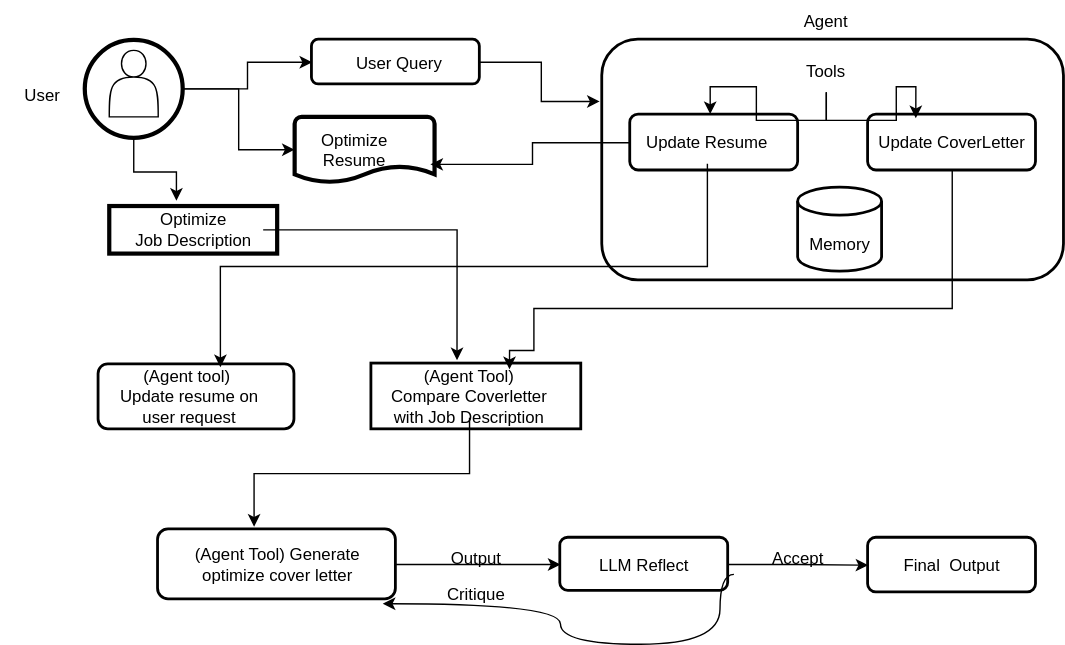
This is backend/resume-optimizer/flowChart/FlowChartPhase2.drawio.svg from owolabi-develop/Resume-optimizer, a draw.io export, as it was before one commit. Source tidied: cells renumbered, new cells last; positions are measured from the earlier drawing's top-left corner, leaving out a move shared by most shapes. Source of this version:
```xml
<mxGraphModel background="light-dark(#FFFFFF,#999999)">
  <root>
    <mxCell id="0" />
    <mxCell id="1" parent="0" />
    <mxCell id="2" style="edgeStyle=orthogonalEdgeStyle;rounded=0;jettySize=auto;html=1;" parent="1" edge="1" source="5" target="8">
      <mxGeometry relative="1" as="geometry" />
    </mxCell>
    <mxCell id="3" style="edgeStyle=orthogonalEdgeStyle;rounded=0;jettySize=auto;html=1;entryX=0.4;entryY=-0.11;entryDx=0;entryDy=0;entryPerimeter=0;" parent="1" edge="1" source="5" target="9">
      <mxGeometry relative="1" as="geometry" />
    </mxCell>
    <mxCell id="4" style="edgeStyle=orthogonalEdgeStyle;rounded=0;jettySize=auto;html=1;" parent="1" edge="1" source="5" target="24">
      <mxGeometry relative="1" as="geometry" />
    </mxCell>
    <mxCell id="5" style="ellipse;whiteSpace=wrap;html=1;fillColor=none;strokeWidth=3;" parent="1" vertex="1">
      <mxGeometry x="60" y="28" width="70" height="70" as="geometry" />
    </mxCell>
    <mxCell id="6" style="shape=actor;whiteSpace=wrap;html=1;fillColor=light-dark(#FFFFFF,#CCCCCC);" parent="1" vertex="1">
      <mxGeometry x="77.5" y="35.5" width="35" height="47.5" as="geometry" />
    </mxCell>
    <mxCell id="7" value="User" style="text;html=1;whiteSpace=wrap;strokeColor=none;fillColor=none;align=center;verticalAlign=middle;rounded=0;" parent="1" vertex="1">
      <mxGeometry y="53" width="60" height="30" as="geometry" />
    </mxCell>
    <mxCell id="8" style="strokeWidth=3;html=1;shape=mxgraph.flowchart.document2;whiteSpace=wrap;size=0.25;fillColor=none;" parent="1" vertex="1">
      <mxGeometry x="210" y="83" width="100" height="47" as="geometry" />
    </mxCell>
    <mxCell id="9" style="rounded=0;whiteSpace=wrap;html=1;fillColor=none;strokeWidth=3;" parent="1" vertex="1">
      <mxGeometry x="77.5" y="146.8" width="120" height="34" as="geometry" />
    </mxCell>
    <mxCell id="10" style="edgeStyle=orthogonalEdgeStyle;rounded=0;jettySize=auto;html=1;" parent="1" edge="1" source="11" target="15">
      <mxGeometry relative="1" as="geometry" />
    </mxCell>
    <mxCell id="11" style="rounded=1;whiteSpace=wrap;html=1;fillColor=none;strokeWidth=2;" parent="1" vertex="1">
      <mxGeometry x="112.5" y="378" width="170" height="50" as="geometry" />
    </mxCell>
    <mxCell id="12" value="(Agent Tool) Generate optimize cover letter" style="text;html=1;whiteSpace=wrap;strokeColor=none;fillColor=none;align=center;verticalAlign=middle;rounded=0;" parent="1" vertex="1">
      <mxGeometry x="122.5" y="388" width="150" height="30" as="geometry" />
    </mxCell>
    <mxCell id="13" style="edgeStyle=orthogonalEdgeStyle;rounded=0;jettySize=auto;html=1;" parent="1" edge="1" source="15" target="16">
      <mxGeometry relative="1" as="geometry" />
    </mxCell>
    <mxCell id="14" style="rounded=0;jettySize=auto;html=1;edgeStyle=orthogonalEdgeStyle;curved=1;exitX=1.033;exitY=0.684;exitDx=0;exitDy=0;exitPerimeter=0;entryX=0.944;entryY=1.06;entryDx=0;entryDy=0;entryPerimeter=0;" parent="1" edge="1" source="15" target="11">
      <mxGeometry relative="1" as="geometry">
        <Array as="points">
          <mxPoint x="514" y="410" />
          <mxPoint x="514" y="460" />
          <mxPoint x="400" y="460" />
          <mxPoint x="400" y="431" />
        </Array>
      </mxGeometry>
    </mxCell>
    <mxCell id="15" style="whiteSpace=wrap;html=1;fillColor=none;rounded=1;strokeWidth=2;" parent="1" vertex="1">
      <mxGeometry x="400" y="384" width="120" height="38" as="geometry" />
    </mxCell>
    <mxCell id="16" style="whiteSpace=wrap;html=1;fillColor=none;rounded=1;strokeWidth=2;" parent="1" vertex="1">
      <mxGeometry x="620" y="384" width="120" height="39" as="geometry" />
    </mxCell>
    <mxCell id="17" value="Final&amp;nbsp; Output" style="text;html=1;whiteSpace=wrap;strokeColor=none;fillColor=none;align=center;verticalAlign=middle;rounded=0;" parent="1" vertex="1">
      <mxGeometry x="635" y="388.5" width="90" height="30" as="geometry" />
    </mxCell>
    <mxCell id="18" value="Accept" style="text;html=1;whiteSpace=wrap;strokeColor=none;fillColor=none;align=center;verticalAlign=middle;rounded=0;" parent="1" vertex="1">
      <mxGeometry x="540" y="384" width="60" height="30" as="geometry" />
    </mxCell>
    <mxCell id="19" value="Output" style="text;html=1;whiteSpace=wrap;strokeColor=none;fillColor=none;align=center;verticalAlign=middle;rounded=0;" parent="1" vertex="1">
      <mxGeometry x="310" y="384" width="60" height="30" as="geometry" />
    </mxCell>
    <mxCell id="20" value="LLM Reflect" style="text;html=1;whiteSpace=wrap;strokeColor=none;fillColor=none;align=center;verticalAlign=middle;rounded=0;" parent="1" vertex="1">
      <mxGeometry x="410" y="388.5" width="100" height="30" as="geometry" />
    </mxCell>
    <mxCell id="21" value="Critique" style="text;html=1;whiteSpace=wrap;strokeColor=none;fillColor=none;align=center;verticalAlign=middle;rounded=0;" parent="1" vertex="1">
      <mxGeometry x="310" y="410" width="60" height="30" as="geometry" />
    </mxCell>
    <mxCell id="22" value="Optimize&lt;br&gt;Resume" style="text;html=1;whiteSpace=wrap;strokeColor=none;fillColor=none;align=center;verticalAlign=middle;rounded=0;" parent="1" vertex="1">
      <mxGeometry x="222.5" y="91.5" width="60" height="30" as="geometry" />
    </mxCell>
    <mxCell id="23" value="Optimize&lt;br&gt;Job Description" style="text;html=1;whiteSpace=wrap;strokeColor=none;fillColor=none;align=center;verticalAlign=middle;rounded=0;" parent="1" vertex="1">
      <mxGeometry x="87.5" y="148.8" width="100" height="30" as="geometry" />
    </mxCell>
    <mxCell id="24" style="rounded=1;whiteSpace=wrap;html=1;fillColor=none;strokeWidth=2;" parent="1" vertex="1">
      <mxGeometry x="222.5" y="28" width="120" height="32" as="geometry" />
    </mxCell>
    <mxCell id="25" value="User Query" style="text;html=1;whiteSpace=wrap;strokeColor=none;fillColor=none;align=center;verticalAlign=middle;rounded=0;" parent="1" vertex="1">
      <mxGeometry x="240" y="30" width="90" height="30" as="geometry" />
    </mxCell>
    <mxCell id="26" style="rounded=1;whiteSpace=wrap;html=1;fillColor=none;strokeWidth=2;" parent="1" vertex="1">
      <mxGeometry x="430" y="28" width="330" height="172" as="geometry" />
    </mxCell>
    <mxCell id="27" style="edgeStyle=orthogonalEdgeStyle;rounded=0;jettySize=auto;html=1;entryX=-0.006;entryY=0.256;entryDx=0;entryDy=0;entryPerimeter=0;" parent="1" edge="1" source="24" target="26">
      <mxGeometry relative="1" as="geometry" />
    </mxCell>
    <mxCell id="28" value="Agent" style="text;html=1;whiteSpace=wrap;strokeColor=none;fillColor=none;align=center;verticalAlign=middle;rounded=0;" parent="1" vertex="1">
      <mxGeometry x="560" width="60" height="30" as="geometry" />
    </mxCell>
    <mxCell id="29" style="rounded=1;whiteSpace=wrap;html=1;fillColor=none;strokeWidth=2;" parent="1" vertex="1">
      <mxGeometry x="450" y="81.5" width="120" height="40" as="geometry" />
    </mxCell>
    <mxCell id="30" style="rounded=1;whiteSpace=wrap;html=1;fillColor=none;strokeWidth=2;" parent="1" vertex="1">
      <mxGeometry x="620" y="81.5" width="120" height="40" as="geometry" />
    </mxCell>
    <mxCell id="31" value="Update Resume" style="text;html=1;whiteSpace=wrap;strokeColor=none;fillColor=none;align=center;verticalAlign=middle;rounded=0;" parent="1" vertex="1">
      <mxGeometry x="460" y="86.5" width="90" height="30" as="geometry" />
    </mxCell>
    <mxCell id="32" value="Update CoverLetter" style="text;html=1;whiteSpace=wrap;strokeColor=none;fillColor=none;align=center;verticalAlign=middle;rounded=0;" parent="1" vertex="1">
      <mxGeometry x="625" y="86.5" width="110" height="30" as="geometry" />
    </mxCell>
    <mxCell id="33" value="Tools" style="text;html=1;whiteSpace=wrap;strokeColor=none;fillColor=none;align=center;verticalAlign=middle;rounded=0;" parent="1" vertex="1">
      <mxGeometry x="560" y="35.5" width="60" height="30" as="geometry" />
    </mxCell>
    <mxCell id="34" style="edgeStyle=orthogonalEdgeStyle;rounded=0;jettySize=auto;html=1;entryX=0.283;entryY=0.063;entryDx=0;entryDy=0;entryPerimeter=0;" parent="1" edge="1" source="33" target="30">
      <mxGeometry relative="1" as="geometry" />
    </mxCell>
    <mxCell id="35" style="edgeStyle=orthogonalEdgeStyle;rounded=0;jettySize=auto;html=1;entryX=0.475;entryY=-0.012;entryDx=0;entryDy=0;entryPerimeter=0;" parent="1" edge="1" source="33" target="29">
      <mxGeometry relative="1" as="geometry" />
    </mxCell>
    <mxCell id="36" style="edgeStyle=orthogonalEdgeStyle;rounded=0;jettySize=auto;html=1;entryX=0.97;entryY=0.723;entryDx=0;entryDy=0;entryPerimeter=0;" parent="1" edge="1" source="29" target="8">
      <mxGeometry relative="1" as="geometry" />
    </mxCell>
    <mxCell id="37" style="strokeWidth=2;html=1;shape=mxgraph.flowchart.database;whiteSpace=wrap;fillColor=none;" parent="1" vertex="1">
      <mxGeometry x="570" y="133.8" width="60" height="60" as="geometry" />
    </mxCell>
    <mxCell id="38" value="Memory" style="text;html=1;whiteSpace=wrap;strokeColor=none;fillColor=none;align=center;verticalAlign=middle;rounded=0;" parent="1" vertex="1">
      <mxGeometry x="570" y="160" width="60" height="30" as="geometry" />
    </mxCell>
    <mxCell id="39" style="rounded=0;whiteSpace=wrap;html=1;fillColor=none;strokeWidth=2;" parent="1" vertex="1">
      <mxGeometry x="265" y="259.5" width="150" height="47" as="geometry" />
    </mxCell>
    <mxCell id="40" style="edgeStyle=orthogonalEdgeStyle;rounded=0;jettySize=auto;html=1;entryX=0.657;entryY=0.083;entryDx=0;entryDy=0;entryPerimeter=0;" parent="1" edge="1" source="30" target="39">
      <mxGeometry relative="1" as="geometry">
        <Array as="points">
          <mxPoint x="680" y="220" />
          <mxPoint x="381" y="220" />
          <mxPoint x="381" y="250" />
          <mxPoint x="364" y="250" />
        </Array>
      </mxGeometry>
    </mxCell>
    <mxCell id="41" value="(Agent Tool)&lt;div&gt;Compare Coverletter with Job Description&lt;/div&gt;" style="text;html=1;whiteSpace=wrap;strokeColor=none;fillColor=none;align=center;verticalAlign=middle;rounded=0;" parent="1" vertex="1">
      <mxGeometry x="270" y="268" width="130" height="30" as="geometry" />
    </mxCell>
    <mxCell id="42" style="edgeStyle=orthogonalEdgeStyle;rounded=0;jettySize=auto;html=1;entryX=0.407;entryY=-0.053;entryDx=0;entryDy=0;entryPerimeter=0;" parent="1" edge="1" source="23" target="39">
      <mxGeometry relative="1" as="geometry" />
    </mxCell>
    <mxCell id="43" style="edgeStyle=orthogonalEdgeStyle;rounded=0;jettySize=auto;html=1;entryX=0.403;entryY=-0.04;entryDx=0;entryDy=0;entryPerimeter=0;" parent="1" edge="1" source="41" target="11">
      <mxGeometry relative="1" as="geometry" />
    </mxCell>
    <mxCell id="44" style="rounded=1;whiteSpace=wrap;html=1;fillColor=none;strokeColor=default;strokeWidth=2;" parent="1" vertex="1">
      <mxGeometry x="70" y="260" width="140" height="46.5" as="geometry" />
    </mxCell>
    <mxCell id="45" value="&lt;div&gt;(Agent tool)&amp;nbsp;&lt;/div&gt;Update resume on user request" style="text;html=1;whiteSpace=wrap;strokeColor=none;fillColor=none;align=center;verticalAlign=middle;rounded=0;" parent="1" vertex="1">
      <mxGeometry x="75" y="268" width="120" height="30" as="geometry" />
    </mxCell>
    <mxCell id="46" style="edgeStyle=orthogonalEdgeStyle;rounded=0;jettySize=auto;html=1;entryX=0.621;entryY=0.043;entryDx=0;entryDy=0;entryPerimeter=0;" parent="1" edge="1" source="31" target="44">
      <mxGeometry relative="1" as="geometry">
        <Array as="points">
          <mxPoint x="505" y="190" />
          <mxPoint x="157" y="190" />
        </Array>
      </mxGeometry>
    </mxCell>
  </root>
</mxGraphModel>
```
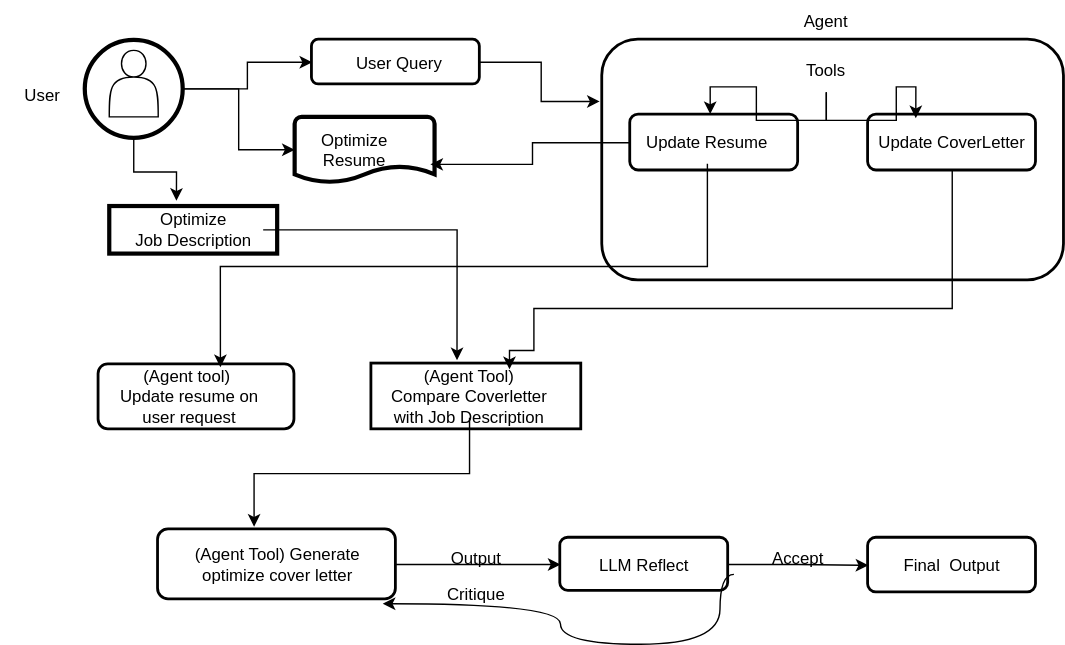
Above is the later version.

Commit message:
upadate flowchart

What changed in the source:
```diff
@@ -114,12 +114,6 @@
     <mxCell id="36" style="edgeStyle=orthogonalEdgeStyle;rounded=0;jettySize=auto;html=1;entryX=0.97;entryY=0.723;entryDx=0;entryDy=0;entryPerimeter=0;" parent="1" edge="1" source="29" target="8">
       <mxGeometry relative="1" as="geometry" />
     </mxCell>
-    <mxCell id="37" style="strokeWidth=2;html=1;shape=mxgraph.flowchart.database;whiteSpace=wrap;fillColor=none;" parent="1" vertex="1">
-      <mxGeometry x="570" y="133.8" width="60" height="60" as="geometry" />
-    </mxCell>
-    <mxCell id="38" value="Memory" style="text;html=1;whiteSpace=wrap;strokeColor=none;fillColor=none;align=center;verticalAlign=middle;rounded=0;" parent="1" vertex="1">
-      <mxGeometry x="570" y="160" width="60" height="30" as="geometry" />
-    </mxCell>
     <mxCell id="39" style="rounded=0;whiteSpace=wrap;html=1;fillColor=none;strokeWidth=2;" parent="1" vertex="1">
       <mxGeometry x="265" y="259.5" width="150" height="47" as="geometry" />
     </mxCell>
```
